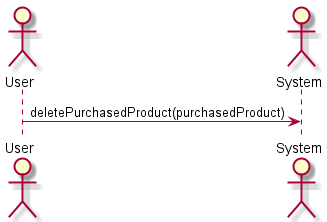
Before: src/diagrams_operations/diagrams_operations_img/delete_purchased_product.png, a diagram exported from PlantUML (drDeepl/purchased-products-app-nest). Its diagram source:
```plantuml
@startuml delete_purchased_product

skinparam backgroundColor #FFFFFF


actor User
actor System


User -> System: deletePurchasedProduct(purchasedProduct)
@enduml
```
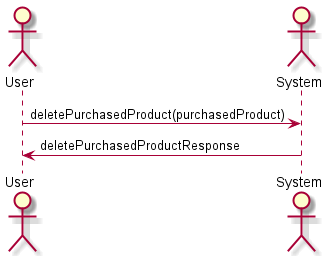
After the commit.

What changed in the source:
```diff
@@ -8,4 +8,5 @@
 
 
 User -> System: deletePurchasedProduct(purchasedProduct)
+System -> User: deletePurchasedProductResponse
 @enduml
```
